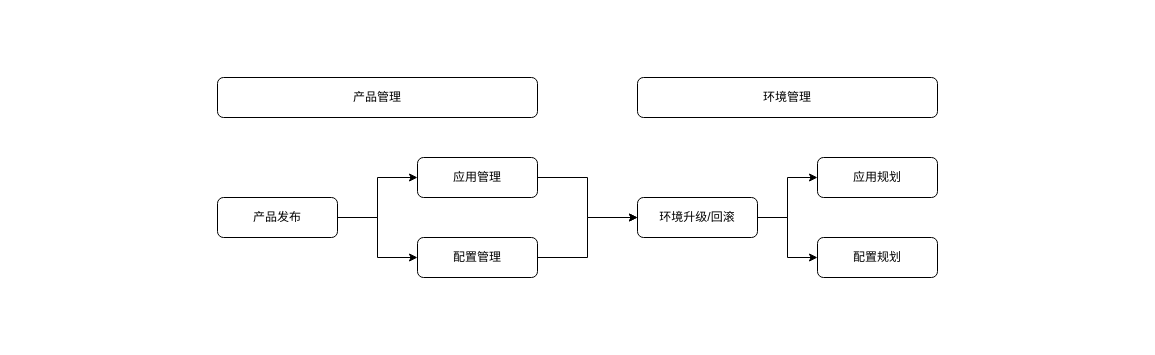
This is doc/design/deliver.drawio from breeve/deliver, a draw.io file, before an edit. Source tidied: cells renumbered, new cells numbered last; positions are measured from the earlier drawing's top-left corner, leaving out a move shared by most shapes. Both pictures are drawn from the tidied source at 100%, with x=0, y=0 at pixel (217, 77).
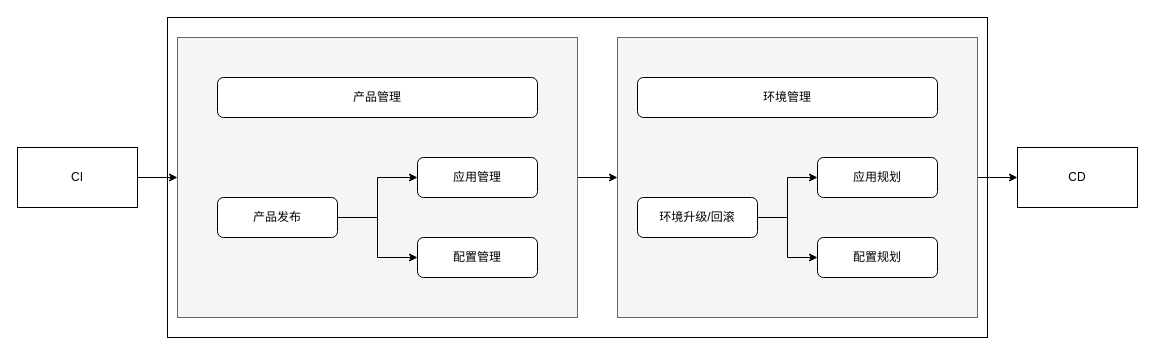
The same diagram, later.

Unchanged cells that the change refers to:
```xml
<mxCell id="5" value="应用管理" style="rounded=1;whiteSpace=wrap;html=1;" parent="1" vertex="1">
  <mxGeometry x="200" y="80" width="120" height="40" as="geometry" />
</mxCell>
<mxCell id="7" value="配置管理" style="rounded=1;whiteSpace=wrap;html=1;" parent="1" vertex="1">
  <mxGeometry x="200" y="160" width="120" height="40" as="geometry" />
</mxCell>
<mxCell id="15" value="环境升级/回滚" style="rounded=1;whiteSpace=wrap;html=1;" parent="1" vertex="1">
  <mxGeometry x="420" y="120" width="120" height="40" as="geometry" />
</mxCell>
```

Diff of the diagram source:
```diff
@@
+    <mxCell id="16" style="rounded=0;whiteSpace=wrap;html=1;" parent="1" vertex="1">
+      <mxGeometry x="-50" y="-60" width="820" height="320" as="geometry" />
+    </mxCell>
+    <mxCell id="17" style="edgeStyle=orthogonalEdgeStyle;rounded=0;jettySize=auto;html=1;exitX=1;exitY=0.5;exitDx=0;exitDy=0;" parent="1" edge="1" source="18" target="23">
+      <mxGeometry relative="1" as="geometry" />
+    </mxCell>
+    <mxCell id="18" style="rounded=0;whiteSpace=wrap;html=1;fillColor=#f5f5f5;fontColor=#333333;strokeColor=#666666;" parent="1" vertex="1">
+      <mxGeometry x="400" y="-40" width="360" height="280" as="geometry" />
+    </mxCell>
+    <mxCell id="19" style="edgeStyle=orthogonalEdgeStyle;rounded=0;jettySize=auto;html=1;exitX=1;exitY=0.5;exitDx=0;exitDy=0;" parent="1" edge="1" source="20" target="18">
+      <mxGeometry relative="1" as="geometry" />
+    </mxCell>
+    <mxCell id="20" style="rounded=0;whiteSpace=wrap;html=1;fillColor=#f5f5f5;fontColor=#333333;strokeColor=#666666;" parent="1" vertex="1">
+      <mxGeometry x="-40" y="-40" width="400" height="280" as="geometry" />
+    </mxCell>
@@
-    <mxCell id="4" style="edgeStyle=orthogonalEdgeStyle;rounded=0;jettySize=auto;html=1;exitX=1;exitY=0.5;exitDx=0;exitDy=0;entryX=0;entryY=0.5;entryDx=0;entryDy=0;" parent="1" edge="1" source="5" target="15">
-      <mxGeometry relative="1" as="geometry" />
-    </mxCell>
@@
-    <mxCell id="6" style="edgeStyle=orthogonalEdgeStyle;rounded=0;jettySize=auto;html=1;exitX=1;exitY=0.5;exitDx=0;exitDy=0;" parent="1" edge="1" source="7" target="15">
-      <mxGeometry relative="1" as="geometry" />
-    </mxCell>
@@
+    <mxCell id="21" style="edgeStyle=orthogonalEdgeStyle;rounded=0;jettySize=auto;html=1;exitX=1;exitY=0.5;exitDx=0;exitDy=0;entryX=0;entryY=0.5;entryDx=0;entryDy=0;" parent="1" edge="1" source="22" target="20">
+      <mxGeometry relative="1" as="geometry" />
+    </mxCell>
+    <mxCell id="22" value="CI" style="rounded=0;whiteSpace=wrap;html=1;" parent="1" vertex="1">
+      <mxGeometry x="-200" y="70" width="120" height="60" as="geometry" />
+    </mxCell>
+    <mxCell id="23" value="CD" style="rounded=0;whiteSpace=wrap;html=1;" parent="1" vertex="1">
+      <mxGeometry x="800" y="70" width="120" height="60" as="geometry" />
+    </mxCell>
```
